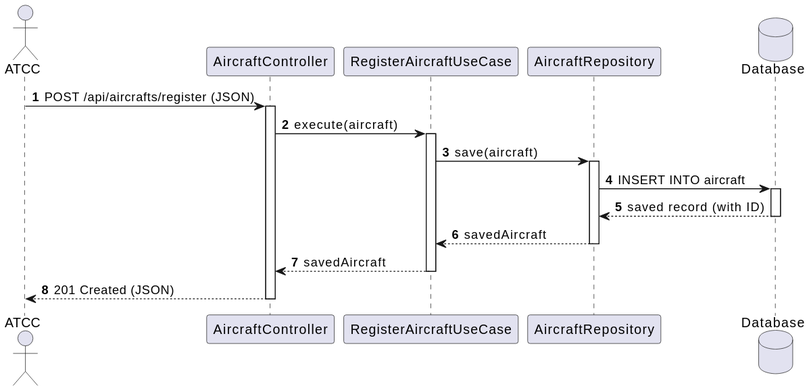
This is docs/system-documentation/use-cases/WP1A/US102/svg/sd_us102.svg from VascoMagolo/psoft_1231562_1241692_1242036_2db, a PlantUML export, as it was before one commit.
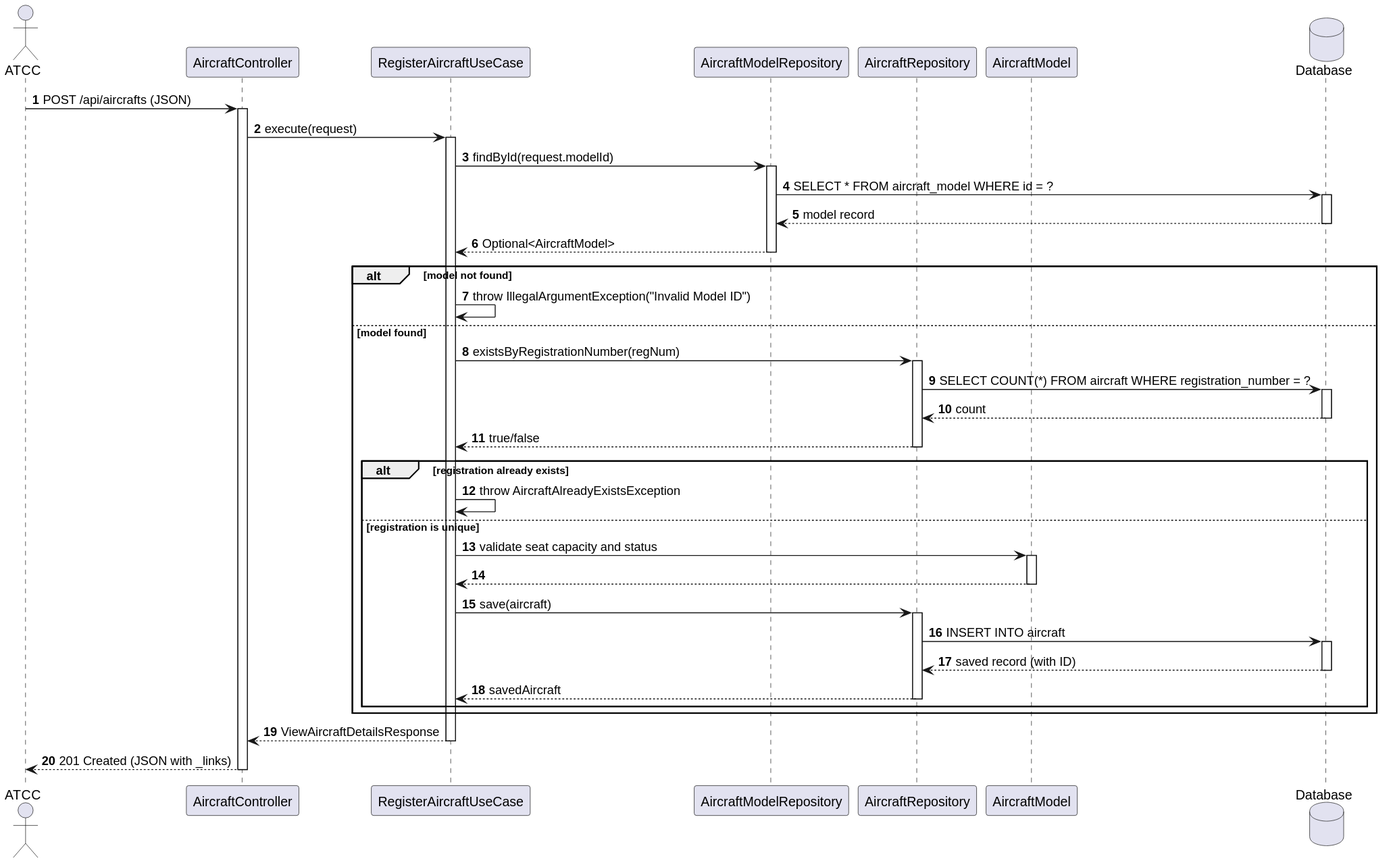
After the change.

Change to the diagram source:
```diff
@@ -3,27 +3,52 @@
 actor "ATCC" as ATCC
 participant "AircraftController" as Ctrl
 participant "RegisterAircraftUseCase" as UC
+participant "AircraftModelRepository" as ModelRepo
 participant "AircraftRepository" as Repo
+participant "AircraftModel" as Model
 database "Database" as DB
-
-ATCC -> Ctrl : POST /api/aircrafts/register (JSON)
+ATCC -> Ctrl : POST /api/aircrafts (JSON)
 activate Ctrl
-
-Ctrl -> UC : execute(aircraft)
+Ctrl -> UC : execute(request)
 activate UC
-
-UC -> Repo : save(aircraft)
-activate Repo
-Repo -> DB : INSERT INTO aircraft
+UC -> ModelRepo : findById(request.modelId)
+activate ModelRepo
+ModelRepo -> DB : SELECT * FROM aircraft_model WHERE id = ?
 activate DB
-DB --> Repo : saved record (with ID)
+DB --> ModelRepo : model record
 deactivate DB
-Repo --> UC : savedAircraft
-deactivate Repo
-
-UC --> Ctrl : savedAircraft
+ModelRepo --> UC : Optional<AircraftModel>
+deactivate ModelRepo
+alt model not found
+    UC -> UC : throw IllegalArgumentException("Invalid Model ID")
+else model found
+    UC -> Repo : existsByRegistrationNumber(regNum)
+    activate Repo
+    Repo -> DB : SELECT COUNT(*) FROM aircraft WHERE registration_number = ?
+    activate DB
+    DB --> Repo : count
+    deactivate DB
+    Repo --> UC : true/false
+    deactivate Repo
+    alt registration already exists
+        UC -> UC : throw AircraftAlreadyExistsException
+    else registration is unique
+        UC -> Model : validate seat capacity and status
+        activate Model
+        Model --> UC
+        deactivate Model
+        UC -> Repo : save(aircraft)
+        activate Repo
+        Repo -> DB : INSERT INTO aircraft
+        activate DB
+        DB --> Repo : saved record (with ID)
+        deactivate DB
+        Repo --> UC : savedAircraft
+        deactivate Repo
+    end
+end
+UC --> Ctrl : ViewAircraftDetailsResponse
 deactivate UC
-
-Ctrl --> ATCC : 201 Created (JSON)
+Ctrl --> ATCC : 201 Created (JSON with _links)
 deactivate Ctrl
 @enduml
```
